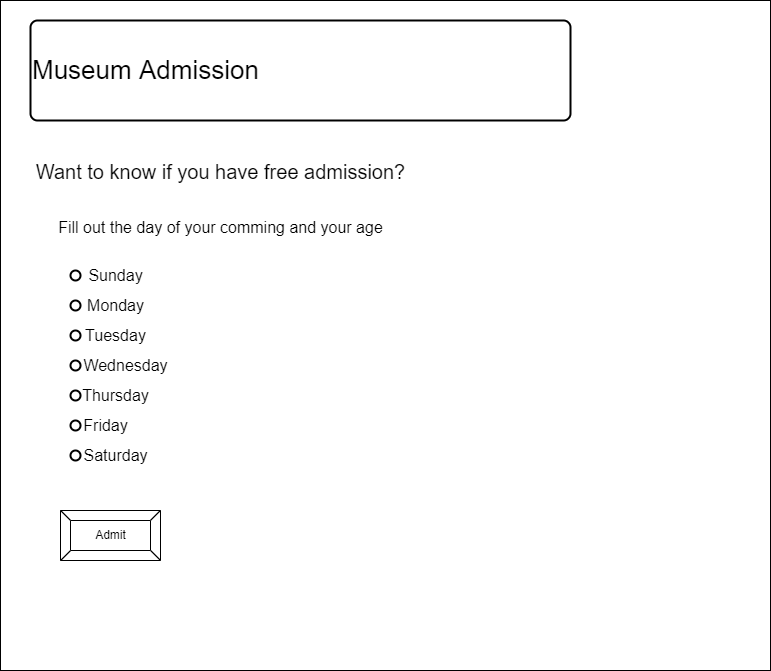
Above: design/story-board.png in Emmanuel-Fofeyin/ICS2O-Unit5-04-HTML (draw.io), before the change. Source tidied: cells renumbered, new cells last; positions are measured from the earlier drawing's top-left corner, leaving out a move shared by most shapes. The source it was exported from:
```xml
<mxGraphModel>
  <root>
    <mxCell id="0" />
    <mxCell id="1" parent="0" />
    <mxCell id="2" style="rounded=0;whiteSpace=wrap;html=1;" parent="1" vertex="1">
      <mxGeometry width="770" height="670" as="geometry" />
    </mxCell>
    <mxCell id="3" value="Admit" style="labelPosition=center;verticalLabelPosition=middle;align=center;html=1;shape=mxgraph.basic.button;dx=10;" parent="1" vertex="1">
      <mxGeometry x="60" y="510" width="100" height="50" as="geometry" />
    </mxCell>
    <mxCell id="4" value="&lt;font style=&quot;font-size: 26px&quot;&gt;Museum Admission&lt;/font&gt;" style="rounded=1;whiteSpace=wrap;html=1;absoluteArcSize=1;arcSize=14;strokeWidth=2;align=left;" parent="1" vertex="1">
      <mxGeometry x="30" y="20" width="540" height="100" as="geometry" />
    </mxCell>
    <mxCell id="5" value="&lt;font style=&quot;font-size: 20px&quot;&gt;Want to know if you have free admission?&lt;/font&gt;" style="text;html=1;align=center;verticalAlign=middle;strokeColor=none;fillColor=none;fontSize=26;" parent="1" vertex="1">
      <mxGeometry x="30" y="150" width="380" height="40" as="geometry" />
    </mxCell>
    <mxCell id="6" value="&lt;font style=&quot;font-size: 16px&quot;&gt;Fill out the day of your comming and your age&lt;/font&gt;" style="text;html=1;align=center;verticalAlign=middle;strokeColor=none;fillColor=none;fontSize=20;" parent="1" vertex="1">
      <mxGeometry x="50" y="210" width="340" height="30" as="geometry" />
    </mxCell>
    <mxCell id="7" style="strokeWidth=2;html=1;shape=mxgraph.flowchart.start_2;whiteSpace=wrap;fontSize=16;" parent="1" vertex="1">
      <mxGeometry x="70" y="270" width="10" height="10" as="geometry" />
    </mxCell>
    <mxCell id="8" style="strokeWidth=2;html=1;shape=mxgraph.flowchart.start_2;whiteSpace=wrap;fontSize=16;" parent="1" vertex="1">
      <mxGeometry x="70" y="300" width="10" height="10" as="geometry" />
    </mxCell>
    <mxCell id="9" style="strokeWidth=2;html=1;shape=mxgraph.flowchart.start_2;whiteSpace=wrap;fontSize=16;" parent="1" vertex="1">
      <mxGeometry x="70" y="330" width="10" height="10" as="geometry" />
    </mxCell>
    <mxCell id="10" style="strokeWidth=2;html=1;shape=mxgraph.flowchart.start_2;whiteSpace=wrap;fontSize=16;" parent="1" vertex="1">
      <mxGeometry x="70" y="360" width="10" height="10" as="geometry" />
    </mxCell>
    <mxCell id="11" style="strokeWidth=2;html=1;shape=mxgraph.flowchart.start_2;whiteSpace=wrap;fontSize=16;" parent="1" vertex="1">
      <mxGeometry x="70" y="390" width="10" height="10" as="geometry" />
    </mxCell>
    <mxCell id="12" style="strokeWidth=2;html=1;shape=mxgraph.flowchart.start_2;whiteSpace=wrap;fontSize=16;" parent="1" vertex="1">
      <mxGeometry x="70" y="420" width="10" height="10" as="geometry" />
    </mxCell>
    <mxCell id="13" style="strokeWidth=2;html=1;shape=mxgraph.flowchart.start_2;whiteSpace=wrap;fontSize=16;" parent="1" vertex="1">
      <mxGeometry x="70" y="450" width="10" height="10" as="geometry" />
    </mxCell>
    <mxCell id="14" value="Sunday" style="text;html=1;align=center;verticalAlign=middle;strokeColor=none;fillColor=none;fontSize=16;" parent="1" vertex="1">
      <mxGeometry x="80" y="265" width="70" height="20" as="geometry" />
    </mxCell>
    <mxCell id="15" value="Monday" style="text;html=1;align=center;verticalAlign=middle;strokeColor=none;fillColor=none;fontSize=16;" parent="1" vertex="1">
      <mxGeometry x="80" y="295" width="70" height="20" as="geometry" />
    </mxCell>
    <mxCell id="16" value="Tuesday" style="text;html=1;align=center;verticalAlign=middle;strokeColor=none;fillColor=none;fontSize=16;" parent="1" vertex="1">
      <mxGeometry x="75" y="325" width="80" height="20" as="geometry" />
    </mxCell>
    <mxCell id="17" value="Wednesday" style="text;html=1;align=center;verticalAlign=middle;strokeColor=none;fillColor=none;fontSize=16;" parent="1" vertex="1">
      <mxGeometry x="75" y="355" width="100" height="20" as="geometry" />
    </mxCell>
    <mxCell id="18" value="Thursday" style="text;html=1;align=center;verticalAlign=middle;strokeColor=none;fillColor=none;fontSize=16;" parent="1" vertex="1">
      <mxGeometry x="75" y="385" width="80" height="20" as="geometry" />
    </mxCell>
    <mxCell id="19" value="Friday" style="text;html=1;align=center;verticalAlign=middle;strokeColor=none;fillColor=none;fontSize=16;" parent="1" vertex="1">
      <mxGeometry x="75" y="415" width="60" height="20" as="geometry" />
    </mxCell>
    <mxCell id="20" value="Saturday" style="text;html=1;align=center;verticalAlign=middle;strokeColor=none;fillColor=none;fontSize=16;" parent="1" vertex="1">
      <mxGeometry x="75" y="445" width="80" height="20" as="geometry" />
    </mxCell>
  </root>
</mxGraphModel>
```
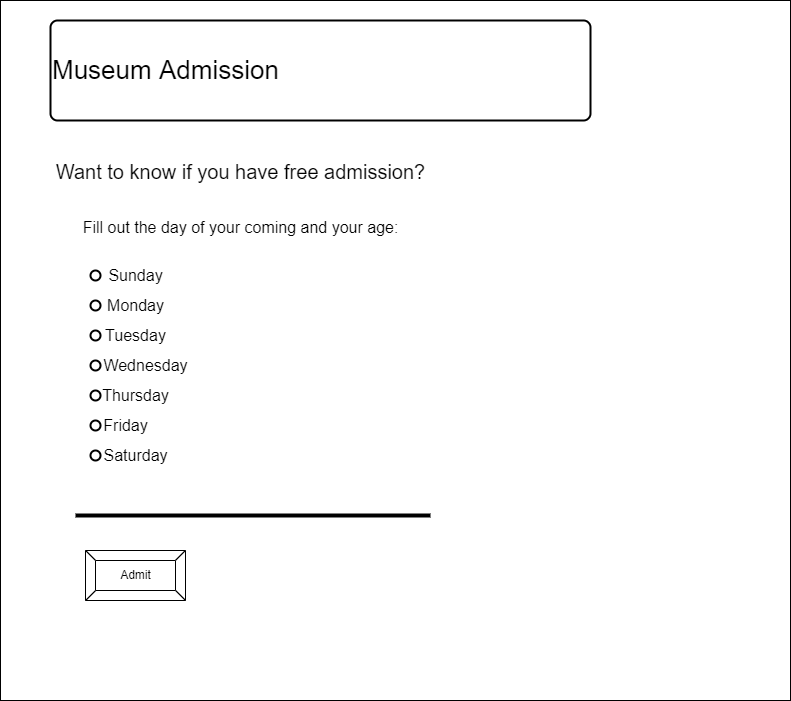
After the change.

Commit message:
deleted 1 file and exported one file

The edit, as a diff of the source:
```diff
@@ -3,10 +3,10 @@
     <mxCell id="0" />
     <mxCell id="1" parent="0" />
     <mxCell id="2" style="rounded=0;whiteSpace=wrap;html=1;" parent="1" vertex="1">
-      <mxGeometry width="770" height="670" as="geometry" />
+      <mxGeometry x="-20" width="790" height="700" as="geometry" />
     </mxCell>
     <mxCell id="3" value="Admit" style="labelPosition=center;verticalLabelPosition=middle;align=center;html=1;shape=mxgraph.basic.button;dx=10;" parent="1" vertex="1">
-      <mxGeometry x="60" y="510" width="100" height="50" as="geometry" />
+      <mxGeometry x="65" y="550" width="100" height="50" as="geometry" />
     </mxCell>
     <mxCell id="4" value="&lt;font style=&quot;font-size: 26px&quot;&gt;Museum Admission&lt;/font&gt;" style="rounded=1;whiteSpace=wrap;html=1;absoluteArcSize=1;arcSize=14;strokeWidth=2;align=left;" parent="1" vertex="1">
       <mxGeometry x="30" y="20" width="540" height="100" as="geometry" />
@@ -14,8 +14,8 @@
     <mxCell id="5" value="&lt;font style=&quot;font-size: 20px&quot;&gt;Want to know if you have free admission?&lt;/font&gt;" style="text;html=1;align=center;verticalAlign=middle;strokeColor=none;fillColor=none;fontSize=26;" parent="1" vertex="1">
       <mxGeometry x="30" y="150" width="380" height="40" as="geometry" />
     </mxCell>
-    <mxCell id="6" value="&lt;font style=&quot;font-size: 16px&quot;&gt;Fill out the day of your comming and your age&lt;/font&gt;" style="text;html=1;align=center;verticalAlign=middle;strokeColor=none;fillColor=none;fontSize=20;" parent="1" vertex="1">
-      <mxGeometry x="50" y="210" width="340" height="30" as="geometry" />
+    <mxCell id="6" value="&lt;font style=&quot;font-size: 16px&quot;&gt;Fill out the day of your coming and your age:&lt;/font&gt;" style="text;html=1;align=center;verticalAlign=middle;strokeColor=none;fillColor=none;fontSize=20;" parent="1" vertex="1">
+      <mxGeometry x="55" y="210" width="330" height="30" as="geometry" />
     </mxCell>
     <mxCell id="7" style="strokeWidth=2;html=1;shape=mxgraph.flowchart.start_2;whiteSpace=wrap;fontSize=16;" parent="1" vertex="1">
       <mxGeometry x="70" y="270" width="10" height="10" as="geometry" />
@@ -59,5 +59,8 @@
     <mxCell id="20" value="Saturday" style="text;html=1;align=center;verticalAlign=middle;strokeColor=none;fillColor=none;fontSize=16;" parent="1" vertex="1">
       <mxGeometry x="75" y="445" width="80" height="20" as="geometry" />
     </mxCell>
+    <mxCell id="21" style="line;strokeWidth=4;html=1;perimeter=backbonePerimeter;fontSize=16;" parent="1" vertex="1">
+      <mxGeometry x="55" y="510" width="355" height="10" as="geometry" />
+    </mxCell>
   </root>
 </mxGraphModel>
```
